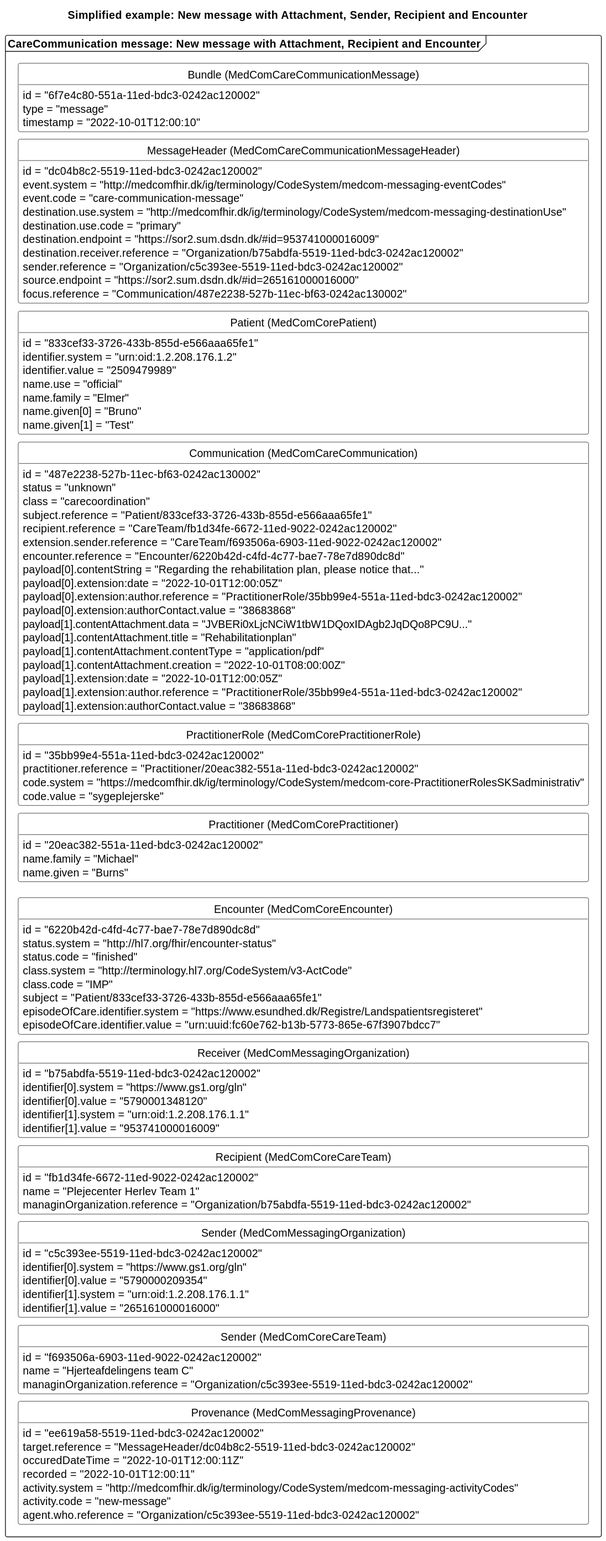
The PlantUML diagram docs/assets/images/CCNewMessageAtt.svg in medcomdk/dk-medcom-carecommunication, before a commit.
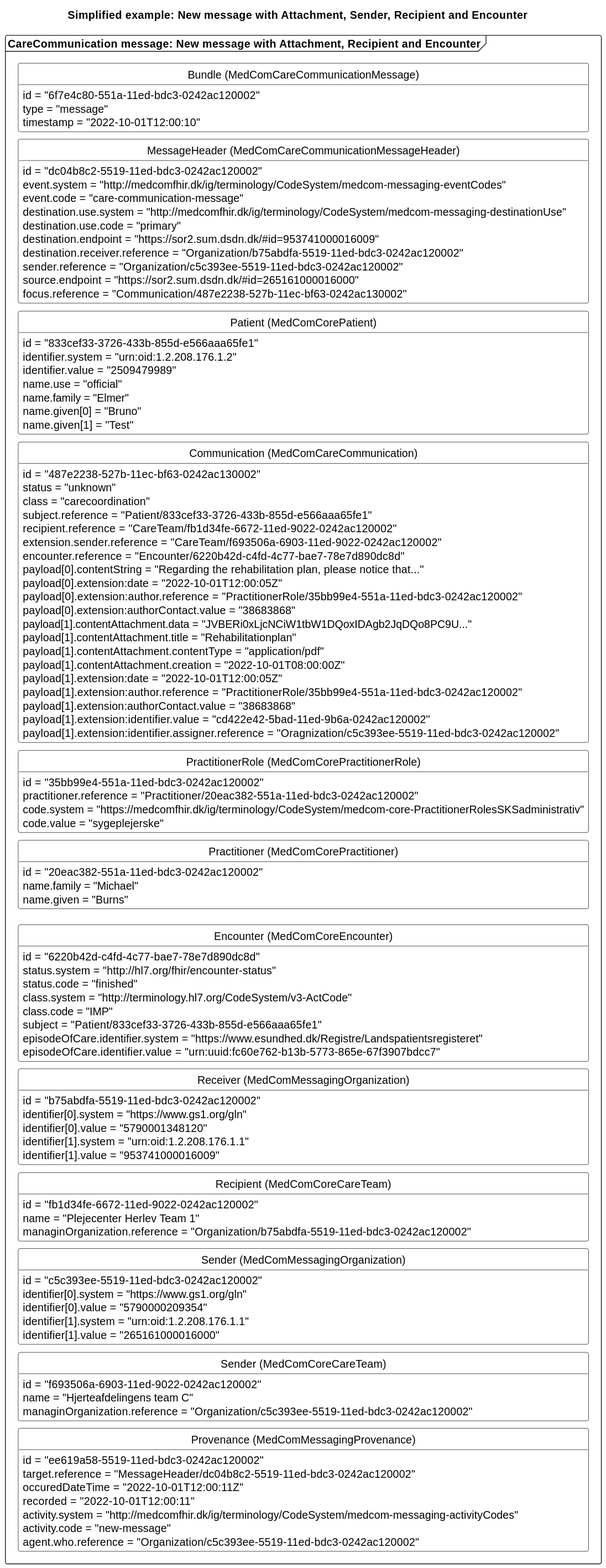
Above is the later version.

What changed in the source:
```diff
@@ -59,6 +59,8 @@
         payload[1].extension:date = "2022-10-01T12:00:05Z"
         payload[1].extension:author.reference = "PractitionerRole/35bb99e4-551a-11ed-bdc3-0242ac120002"
         payload[1].extension:authorContact.value = "38683868"
+        payload[1].extension:identifier.value = "cd422e42-5bad-11ed-9b6a-0242ac120002"
+        payload[1].extension:identifier.assigner.reference = "Oragnization/c5c393ee-5519-11ed-bdc3-0242ac120002"
     }
     class "PractitionerRole (MedComCorePractitionerRole)" as newPracR{
         id = "35bb99e4-551a-11ed-bdc3-0242ac120002"
```
